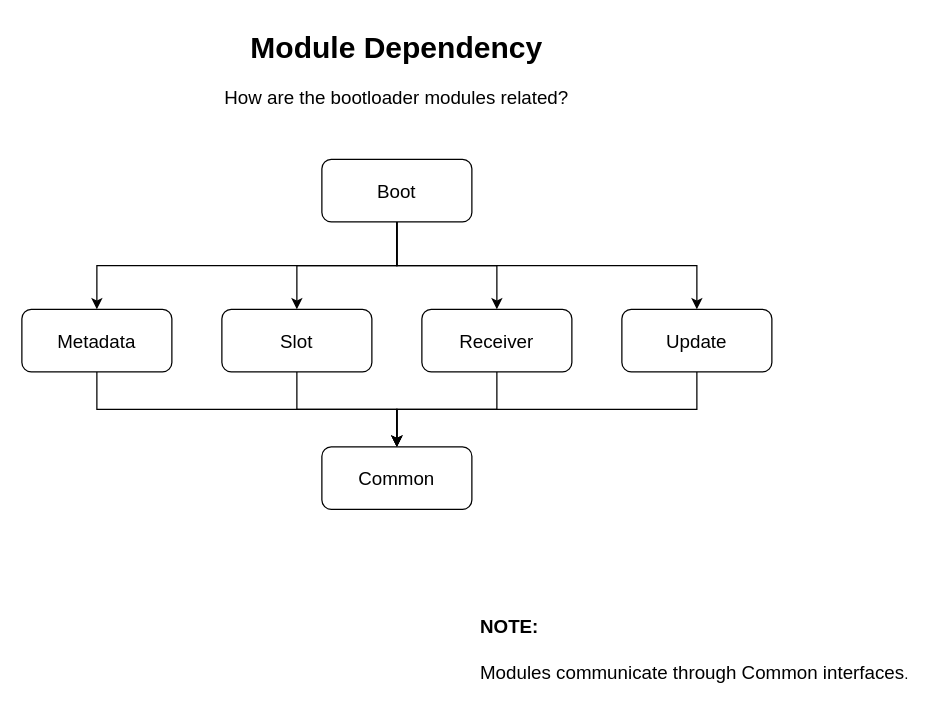
brajogopal/HEXBOOT_F0 keeps this draw.io diagram as page "03 - Module Dependency" (3 of 8) of docs/Architecture.drawio. Above is the earlier version. Source tidied: cells renumbered, new cells numbered last; positions are measured from the earlier drawing's top-left corner, leaving out a move shared by most shapes. Both pictures are drawn from the tidied source at 125%, with x=0, y=0 at pixel (21, 21).
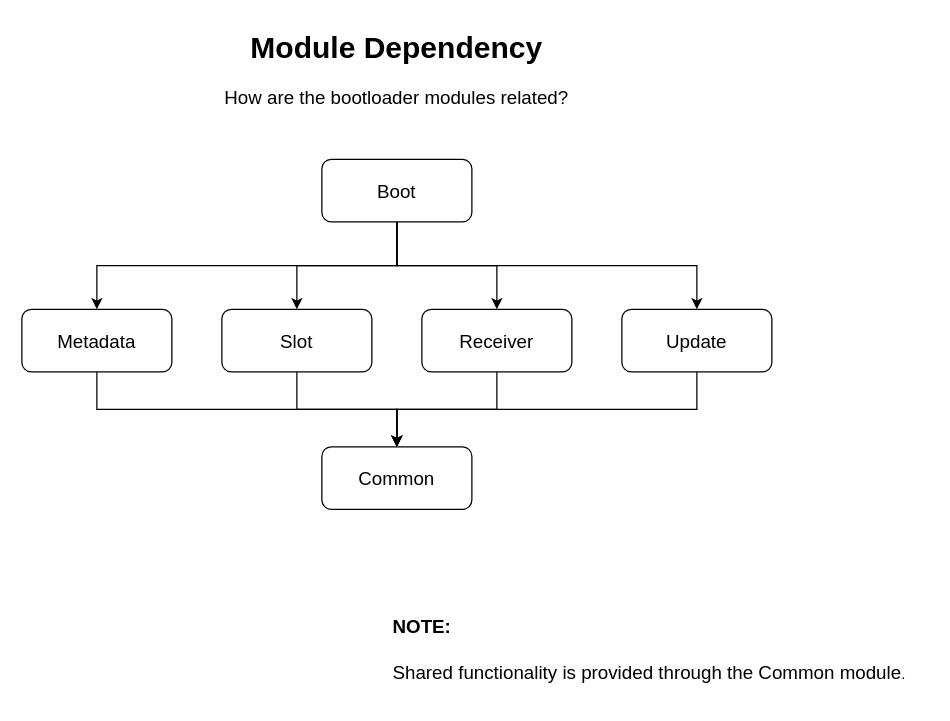
The same diagram, later.

The edit, as a diff of the source:
```diff
@@
 <mxGraphModel>
   <root>
     <mxCell id="0" />
     <mxCell id="1" parent="0" />
     <mxCell id="2" value="&lt;h1 style=&quot;margin-top: 0px;&quot;&gt;Module Dependency&lt;/h1&gt;&lt;p style=&quot;&quot;&gt;&lt;font style=&quot;font-size: 15px;&quot;&gt;How are the bootloader modules related?&lt;/font&gt;&lt;/p&gt;" style="text;html=1;whiteSpace=wrap;overflow=hidden;rounded=0;align=center;" parent="1" vertex="1">
       <mxGeometry x="35" width="530" height="80" as="geometry" />
     </mxCell>
     <mxCell id="3" style="edgeStyle=orthogonalEdgeStyle;rounded=0;jettySize=auto;html=1;" parent="1" edge="1" source="7" target="13">
       <mxGeometry relative="1" as="geometry" />
     </mxCell>
     <mxCell id="4" style="edgeStyle=orthogonalEdgeStyle;rounded=0;jettySize=auto;html=1;exitX=0.5;exitY=1;exitDx=0;exitDy=0;entryX=0.5;entryY=0;entryDx=0;entryDy=0;" parent="1" edge="1" source="7" target="11">
       <mxGeometry relative="1" as="geometry" />
     </mxCell>
     <mxCell id="5" style="edgeStyle=orthogonalEdgeStyle;rounded=0;jettySize=auto;html=1;exitX=0.5;exitY=1;exitDx=0;exitDy=0;" parent="1" edge="1" source="7" target="9">
       <mxGeometry relative="1" as="geometry" />
     </mxCell>
     <mxCell id="6" style="edgeStyle=orthogonalEdgeStyle;rounded=0;jettySize=auto;html=1;exitX=0.5;exitY=1;exitDx=0;exitDy=0;entryX=0.5;entryY=0;entryDx=0;entryDy=0;" parent="1" edge="1" source="7" target="15">
       <mxGeometry relative="1" as="geometry" />
     </mxCell>
     <mxCell id="7" value="&lt;font style=&quot;font-size: 15px;&quot;&gt;Boot&lt;/font&gt;" style="rounded=1;whiteSpace=wrap;html=1;" parent="1" vertex="1">
       <mxGeometry x="240" y="110" width="120" height="50" as="geometry" />
     </mxCell>
     <mxCell id="8" style="edgeStyle=orthogonalEdgeStyle;rounded=0;jettySize=auto;html=1;exitX=0.5;exitY=1;exitDx=0;exitDy=0;entryX=0.5;entryY=0;entryDx=0;entryDy=0;" parent="1" edge="1" source="9" target="16">
       <mxGeometry relative="1" as="geometry" />
     </mxCell>
     <mxCell id="9" value="&lt;font style=&quot;font-size: 15px;&quot;&gt;Metadata&lt;/font&gt;" style="rounded=1;whiteSpace=wrap;html=1;" parent="1" vertex="1">
       <mxGeometry y="230" width="120" height="50" as="geometry" />
     </mxCell>
     <mxCell id="10" style="edgeStyle=orthogonalEdgeStyle;rounded=0;jettySize=auto;html=1;" parent="1" edge="1" source="11" target="16">
       <mxGeometry relative="1" as="geometry" />
     </mxCell>
     <mxCell id="11" value="&lt;font style=&quot;font-size: 15px;&quot;&gt;Slot&lt;/font&gt;" style="rounded=1;whiteSpace=wrap;html=1;" parent="1" vertex="1">
       <mxGeometry x="160" y="230" width="120" height="50" as="geometry" />
     </mxCell>
     <mxCell id="12" style="edgeStyle=orthogonalEdgeStyle;rounded=0;jettySize=auto;html=1;" parent="1" edge="1" source="13" target="16">
       <mxGeometry relative="1" as="geometry" />
     </mxCell>
     <mxCell id="13" value="&lt;font style=&quot;font-size: 15px;&quot;&gt;Receiver&lt;/font&gt;" style="rounded=1;whiteSpace=wrap;html=1;" parent="1" vertex="1">
       <mxGeometry x="320" y="230" width="120" height="50" as="geometry" />
     </mxCell>
     <mxCell id="14" style="edgeStyle=orthogonalEdgeStyle;rounded=0;jettySize=auto;html=1;exitX=0.5;exitY=1;exitDx=0;exitDy=0;" parent="1" edge="1" source="15" target="16">
       <mxGeometry relative="1" as="geometry" />
     </mxCell>
     <mxCell id="15" value="&lt;font style=&quot;font-size: 15px;&quot;&gt;Update&lt;/font&gt;" style="rounded=1;whiteSpace=wrap;html=1;" parent="1" vertex="1">
       <mxGeometry x="480" y="230" width="120" height="50" as="geometry" />
     </mxCell>
     <mxCell id="16" value="&lt;font style=&quot;font-size: 15px;&quot;&gt;Common&lt;/font&gt;" style="rounded=1;whiteSpace=wrap;html=1;" parent="1" vertex="1">
       <mxGeometry x="240" y="340" width="120" height="50" as="geometry" />
     </mxCell>
-    <mxCell id="17" value="&lt;h1 style=&quot;margin-top: 0px;&quot;&gt;&lt;font style=&quot;font-size: 15px;&quot;&gt;NOTE:&lt;/font&gt;&lt;/h1&gt;&lt;p&gt;&lt;font style=&quot;font-size: 15px;&quot;&gt;Modules communicate through Common interfaces&lt;/font&gt;.&lt;/p&gt;" style="text;html=1;whiteSpace=wrap;overflow=hidden;rounded=0;" parent="1" vertex="1">
-      <mxGeometry x="365" y="460" width="360" height="80" as="geometry" />
+    <mxCell id="17" value="&lt;h1 style=&quot;margin-top: 0px;&quot;&gt;&lt;font style=&quot;font-size: 15px;&quot;&gt;NOTE:&lt;/font&gt;&lt;/h1&gt;&lt;p&gt;&lt;font style=&quot;font-size: 15px;&quot;&gt;Shared functionality is provided through the Common module&lt;/font&gt;.&lt;/p&gt;" style="text;html=1;whiteSpace=wrap;overflow=hidden;rounded=0;" parent="1" vertex="1">
+      <mxGeometry x="295" y="460" width="430" height="80" as="geometry" />
     </mxCell>
   </root>
 </mxGraphModel>
```
